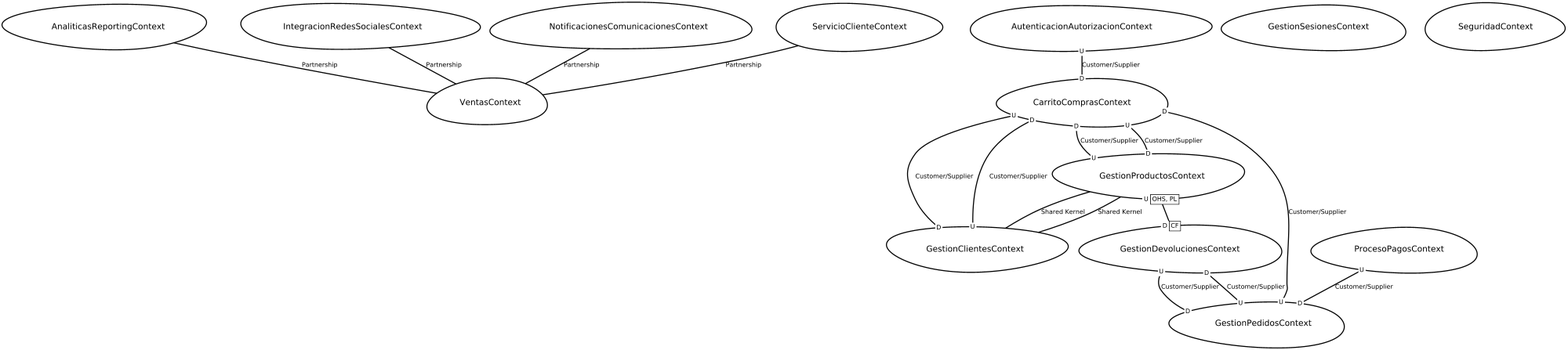
Before: src-gen/LAB02_proyectoEcomerce_ContexMapper_ContextMap.png, a diagram exported from Graphviz (Jhonat20/LAB02_proyectoEcomerce_ContexMapper). Its source is kept beside it as src-gen/LAB02_proyectoEcomerce_ContexMapper_ContextMap.gv.
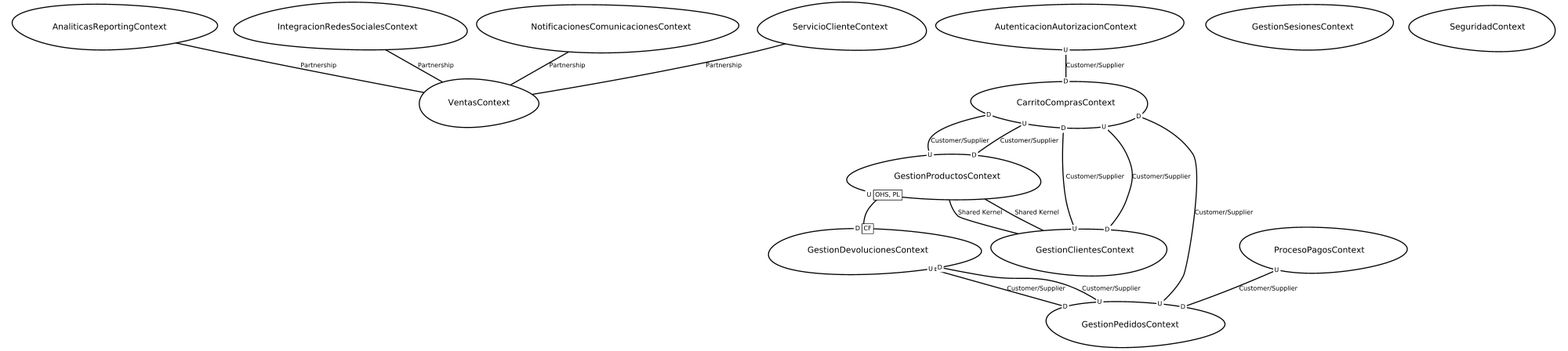
After the change.

Diff of the diagram source:
```diff
@@ -1,19 +1,19 @@
 digraph "ContextMapGraph" {
 graph ["imagepath"="/tmp/GraphvizJava"]
-"AnaliticasReportingContext" ["margin"="0.3","orientation"="159","shape"="egg","fontsize"="16","style"="bold","label"="AnaliticasReportingContext\n","fontname"="sans-serif"]
-"VentasContext" ["margin"="0.3","orientation"="271","shape"="egg","fontsize"="16","style"="bold","label"="VentasContext\n","fontname"="sans-serif"]
-"AutenticacionAutorizacionContext" ["margin"="0.3","orientation"="20","shape"="egg","fontsize"="16","style"="bold","label"="AutenticacionAutorizacionContext\n","fontname"="sans-serif"]
-"CarritoComprasContext" ["margin"="0.3","orientation"="41","shape"="egg","fontsize"="16","style"="bold","label"="CarritoComprasContext\n","fontname"="sans-serif"]
-"GestionProductosContext" ["margin"="0.3","orientation"="88","shape"="egg","fontsize"="16","style"="bold","label"="GestionProductosContext\n","fontname"="sans-serif"]
-"GestionClientesContext" ["margin"="0.3","orientation"="68","shape"="egg","fontsize"="16","style"="bold","label"="GestionClientesContext\n","fontname"="sans-serif"]
-"GestionDevolucionesContext" ["margin"="0.3","orientation"="94","shape"="egg","fontsize"="16","style"="bold","label"="GestionDevolucionesContext\n","fontname"="sans-serif"]
-"GestionPedidosContext" ["margin"="0.3","orientation"="183","shape"="egg","fontsize"="16","style"="bold","label"="GestionPedidosContext\n","fontname"="sans-serif"]
-"GestionSesionesContext" ["margin"="0.3","orientation"="184","shape"="egg","fontsize"="16","style"="bold","label"="GestionSesionesContext\n","fontname"="sans-serif"]
-"IntegracionRedesSocialesContext" ["margin"="0.3","orientation"="59","shape"="egg","fontsize"="16","style"="bold","label"="IntegracionRedesSocialesContext\n","fontname"="sans-serif"]
-"NotificacionesComunicacionesContext" ["margin"="0.3","orientation"="165","shape"="egg","fontsize"="16","style"="bold","label"="NotificacionesComunicacionesContext\n","fontname"="sans-serif"]
-"ProcesoPagosContext" ["margin"="0.3","orientation"="189","shape"="egg","fontsize"="16","style"="bold","label"="ProcesoPagosContext\n","fontname"="sans-serif"]
-"SeguridadContext" ["margin"="0.3","orientation"="83","shape"="egg","fontsize"="16","style"="bold","label"="SeguridadContext\n","fontname"="sans-serif"]
-"ServicioClienteContext" ["margin"="0.3","orientation"="274","shape"="egg","fontsize"="16","style"="bold","label"="ServicioClienteContext\n","fontname"="sans-serif"]
+"AnaliticasReportingContext" ["margin"="0.3","orientation"="175","shape"="egg","fontsize"="16","style"="bold","label"="AnaliticasReportingContext\n","fontname"="sans-serif"]
+"VentasContext" ["margin"="0.3","orientation"="334","shape"="egg","fontsize"="16","style"="bold","label"="VentasContext\n","fontname"="sans-serif"]
+"AutenticacionAutorizacionContext" ["margin"="0.3","orientation"="209","shape"="egg","fontsize"="16","style"="bold","label"="AutenticacionAutorizacionContext\n","fontname"="sans-serif"]
+"CarritoComprasContext" ["margin"="0.3","orientation"="251","shape"="egg","fontsize"="16","style"="bold","label"="CarritoComprasContext\n","fontname"="sans-serif"]
+"GestionProductosContext" ["margin"="0.3","orientation"="114","shape"="egg","fontsize"="16","style"="bold","label"="GestionProductosContext\n","fontname"="sans-serif"]
+"GestionDevolucionesContext" ["margin"="0.3","orientation"="197","shape"="egg","fontsize"="16","style"="bold","label"="GestionDevolucionesContext\n","fontname"="sans-serif"]
+"GestionPedidosContext" ["margin"="0.3","orientation"="152","shape"="egg","fontsize"="16","style"="bold","label"="GestionPedidosContext\n","fontname"="sans-serif"]
+"GestionClientesContext" ["margin"="0.3","orientation"="11","shape"="egg","fontsize"="16","style"="bold","label"="GestionClientesContext\n","fontname"="sans-serif"]
+"GestionSesionesContext" ["margin"="0.3","orientation"="106","shape"="egg","fontsize"="16","style"="bold","label"="GestionSesionesContext\n","fontname"="sans-serif"]
+"IntegracionRedesSocialesContext" ["margin"="0.3","orientation"="94","shape"="egg","fontsize"="16","style"="bold","label"="IntegracionRedesSocialesContext\n","fontname"="sans-serif"]
+"NotificacionesComunicacionesContext" ["margin"="0.3","orientation"="20","shape"="egg","fontsize"="16","style"="bold","label"="NotificacionesComunicacionesContext\n","fontname"="sans-serif"]
+"ProcesoPagosContext" ["margin"="0.3","orientation"="76","shape"="egg","fontsize"="16","style"="bold","label"="ProcesoPagosContext\n","fontname"="sans-serif"]
+"SeguridadContext" ["margin"="0.3","orientation"="28","shape"="egg","fontsize"="16","style"="bold","label"="SeguridadContext\n","fontname"="sans-serif"]
+"ServicioClienteContext" ["margin"="0.3","orientation"="277","shape"="egg","fontsize"="16","style"="bold","label"="ServicioClienteContext\n","fontname"="sans-serif"]
 "AnaliticasReportingContext" -> "VentasContext" ["fontsize"="12","style"="bold","label"="Partnership","dir"="none","fontname"="sans-serif"]
 "AutenticacionAutorizacionContext" -> "CarritoComprasContext" ["headlabel"=<<table cellspacing="0" cellborder="0" border="0">
 <tr><td bgcolor="white">D</td></tr>
@@ -30,7 +30,6 @@
 </table>>,"labeldistance"="0","fontsize"="12","taillabel"=<<table cellspacing="0" cellborder="0" border="0">
 <tr><td bgcolor="white">U</td></tr>
 </table>>,"style"="bold","label"="Customer/Supplier","dir"="none","fontname"="sans-serif"]
-"GestionProductosContext" -> "GestionClientesContext" ["fontsize"="12","style"="bold","label"="Shared Kernel","dir"="none","fontname"="sans-serif"]
 "GestionProductosContext" -> "GestionDevolucionesContext" ["headlabel"=<<table cellspacing="0" cellborder="1" border="0">
 <tr><td bgcolor="white" sides="r">D</td><td sides="trbl" bgcolor="white"><font>CF</font></td></tr>
 </table>>,"labeldistance"="0","fontsize"="12","taillabel"=<<table cellspacing="0" cellborder="1" border="0">
@@ -41,12 +40,7 @@
 </table>>,"labeldistance"="0","fontsize"="12","taillabel"=<<table cellspacing="0" cellborder="0" border="0">
 <tr><td bgcolor="white">U</td></tr>
 </table>>,"style"="bold","label"="Customer/Supplier","dir"="none","fontname"="sans-serif"]
-"GestionClientesContext" -> "CarritoComprasContext" ["headlabel"=<<table cellspacing="0" cellborder="0" border="0">
-<tr><td bgcolor="white">D</td></tr>
-</table>>,"labeldistance"="0","fontsize"="12","taillabel"=<<table cellspacing="0" cellborder="0" border="0">
-<tr><td bgcolor="white">U</td></tr>
-</table>>,"style"="bold","label"="Customer/Supplier","dir"="none","fontname"="sans-serif"]
-"GestionClientesContext" -> "GestionProductosContext" ["fontsize"="12","style"="bold","label"="Shared Kernel","dir"="none","fontname"="sans-serif"]
+"GestionProductosContext" -> "GestionClientesContext" ["fontsize"="12","style"="bold","label"="Shared Kernel","dir"="none","fontname"="sans-serif"]
 "GestionDevolucionesContext" -> "GestionPedidosContext" ["headlabel"=<<table cellspacing="0" cellborder="0" border="0">
 <tr><td bgcolor="white">D</td></tr>
 </table>>,"labeldistance"="0","fontsize"="12","taillabel"=<<table cellspacing="0" cellborder="0" border="0">
@@ -62,6 +56,12 @@
 </table>>,"labeldistance"="0","fontsize"="12","taillabel"=<<table cellspacing="0" cellborder="0" border="0">
 <tr><td bgcolor="white">U</td></tr>
 </table>>,"style"="bold","label"="Customer/Supplier","dir"="none","fontname"="sans-serif"]
+"GestionClientesContext" -> "GestionProductosContext" ["fontsize"="12","style"="bold","label"="Shared Kernel","dir"="none","fontname"="sans-serif"]
+"GestionClientesContext" -> "CarritoComprasContext" ["headlabel"=<<table cellspacing="0" cellborder="0" border="0">
+<tr><td bgcolor="white">D</td></tr>
+</table>>,"labeldistance"="0","fontsize"="12","taillabel"=<<table cellspacing="0" cellborder="0" border="0">
+<tr><td bgcolor="white">U</td></tr>
+</table>>,"style"="bold","label"="Customer/Supplier","dir"="none","fontname"="sans-serif"]
 "IntegracionRedesSocialesContext" -> "VentasContext" ["fontsize"="12","style"="bold","label"="Partnership","dir"="none","fontname"="sans-serif"]
 "NotificacionesComunicacionesContext" -> "VentasContext" ["fontsize"="12","style"="bold","label"="Partnership","dir"="none","fontname"="sans-serif"]
 "ProcesoPagosContext" -> "GestionPedidosContext" ["headlabel"=<<table cellspacing="0" cellborder="0" border="0">
```
